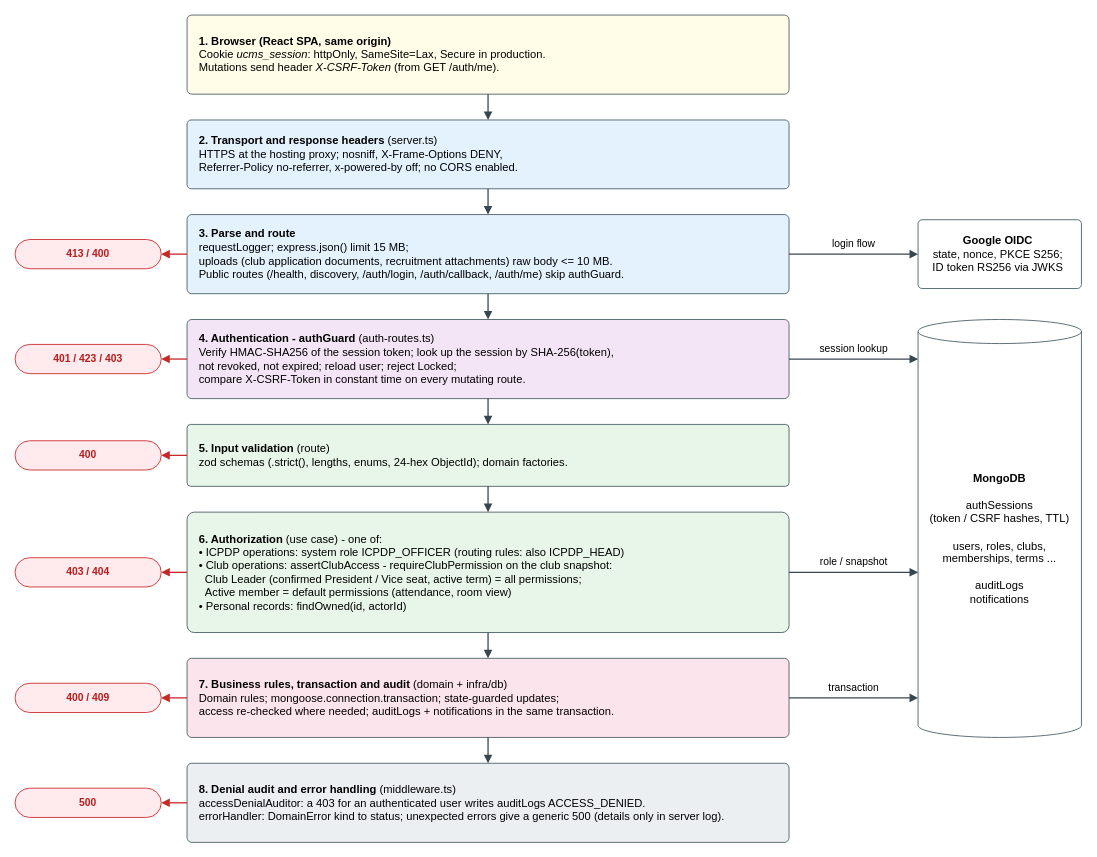
Above: docs/03-diagrams/UCMS_Security_Architecture.drawio in nvdekay/ClubManagementSystem (draw.io), before the change. Source tidied: cells renumbered, new cells numbered last; positions are measured from the earlier drawing's top-left corner, leaving out a move shared by most shapes. Both pictures are drawn from the tidied source at 86%, with x=0, y=0 at pixel (15, 15).
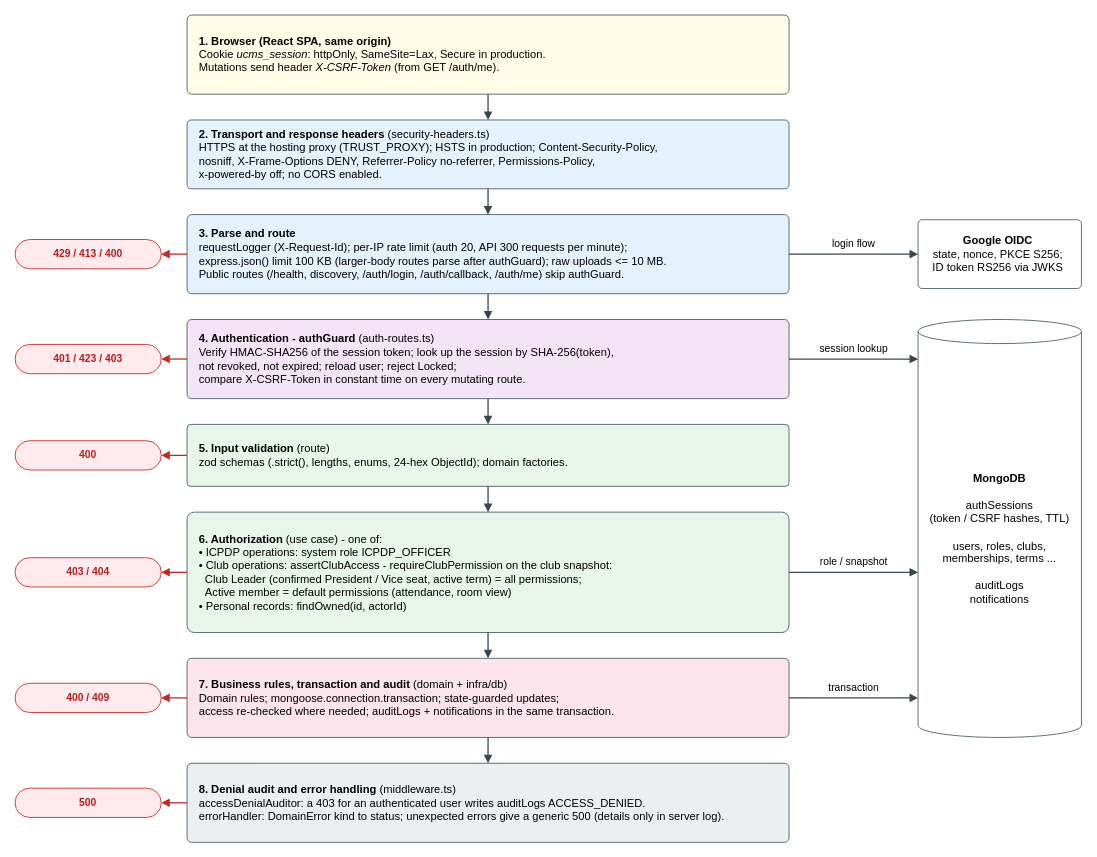
The same page after the edit.

Commit message (it also covers changes not shown here):
docs(diagrams): show rate limiting, CSP/HSTS, request ids and the 100 KB body limit in the security pipeline

Layer 2 now lists the headers from security-headers.ts (CSP, HSTS behind TRUST_PROXY, Permissions-Policy); layer 3 adds the per-IP rate limiter (429), X-Request-Id and the 100 KB JSON limit. Layer 6 drops ICPDP_HEAD, merged into ICPDP_OFFICER on 25/11/2026.

Change to the diagram source:
```diff
@@
-    <mxCell id="3" value="&lt;b&gt;2. Transport and response headers&lt;/b&gt; (server.ts)&lt;br&gt;HTTPS at the hosting proxy; nosniff, X-Frame-Options DENY,&lt;br&gt;Referrer-Policy no-referrer, x-powered-by off; no CORS enabled." style="rounded=1;arcSize=6;whiteSpace=wrap;html=1;fillColor=#E3F2FD;strokeColor=#455A64;fontSize=13;align=left;verticalAlign=middle;spacingLeft=12;spacingRight=8;" parent="1" vertex="1">
+    <mxCell id="3" value="&lt;b&gt;2. Transport and response headers&lt;/b&gt; (security-headers.ts)&lt;br&gt;HTTPS at the hosting proxy (TRUST_PROXY); HSTS in production; Content-Security-Policy,&lt;br&gt;nosniff, X-Frame-Options DENY, Referrer-Policy no-referrer, Permissions-Policy,&lt;br&gt;x-powered-by off; no CORS enabled." style="rounded=1;arcSize=6;whiteSpace=wrap;html=1;fillColor=#E3F2FD;strokeColor=#455A64;fontSize=13;align=left;verticalAlign=middle;spacingLeft=12;spacingRight=8;" parent="1" vertex="1">
       <mxGeometry x="200" y="122" width="700" height="80" as="geometry" />
     </mxCell>
@@
-    <mxCell id="5" value="&lt;b&gt;3. Parse and route&lt;/b&gt;&lt;br&gt;requestLogger; express.json() limit 15 MB;&lt;br&gt;uploads (club application documents, recruitment attachments) raw body &amp;lt;= 10 MB.&lt;br&gt;Public routes (/health, discovery, /auth/login, /auth/callback, /auth/me) skip authGuard." style="rounded=1;arcSize=6;whiteSpace=wrap;html=1;fillColor=#E3F2FD;strokeColor=#455A64;fontSize=13;align=left;verticalAlign=middle;spacingLeft=12;spacingRight=8;" parent="1" vertex="1">
+    <mxCell id="5" value="&lt;b&gt;3. Parse and route&lt;/b&gt;&lt;br&gt;requestLogger (X-Request-Id); per-IP rate limit (auth 20, API 300 requests per minute);&lt;br&gt;express.json() limit 100 KB (larger-body routes parse after authGuard); raw uploads &amp;lt;= 10 MB.&lt;br&gt;Public routes (/health, discovery, /auth/login, /auth/callback, /auth/me) skip authGuard." style="rounded=1;arcSize=6;whiteSpace=wrap;html=1;fillColor=#E3F2FD;strokeColor=#455A64;fontSize=13;align=left;verticalAlign=middle;spacingLeft=12;spacingRight=8;" parent="1" vertex="1">
       <mxGeometry x="200" y="232" width="700" height="92" as="geometry" />
     </mxCell>
-    <mxCell id="6" value="413 / 400" style="rounded=1;arcSize=50;whiteSpace=wrap;html=1;fillColor=#FFEBEE;strokeColor=#C62828;fontColor=#B71C1C;fontSize=12;fontStyle=1;" parent="1" vertex="1">
+    <mxCell id="6" value="429 / 413 / 400" style="rounded=1;arcSize=50;whiteSpace=wrap;html=1;fillColor=#FFEBEE;strokeColor=#C62828;fontColor=#B71C1C;fontSize=12;fontStyle=1;" parent="1" vertex="1">
       <mxGeometry y="261" width="170" height="34" as="geometry" />
     </mxCell>
@@
-    <mxCell id="17" value="&lt;b&gt;6. Authorization&lt;/b&gt; (use case) - one of:&lt;br&gt;&amp;#8226; ICPDP operations: system role ICPDP_OFFICER (routing rules: also ICPDP_HEAD)&lt;br&gt;&amp;#8226; Club operations: assertClubAccess - requireClubPermission on the club snapshot:&lt;br&gt;&amp;#160;&amp;#160;Club Leader (confirmed President / Vice seat, active term) = all permissions;&lt;br&gt;&amp;#160;&amp;#160;Active member = default permissions (attendance, room view)&lt;br&gt;&amp;#8226; Personal records: findOwned(id, actorId)" style="rounded=1;arcSize=6;whiteSpace=wrap;html=1;fillColor=#E8F5E9;strokeColor=#455A64;fontSize=13;align=left;verticalAlign=middle;spacingLeft=12;spacingRight=8;" parent="1" vertex="1">
+    <mxCell id="17" value="&lt;b&gt;6. Authorization&lt;/b&gt; (use case) - one of:&lt;br&gt;&amp;#8226; ICPDP operations: system role ICPDP_OFFICER&lt;br&gt;&amp;#8226; Club operations: assertClubAccess - requireClubPermission on the club snapshot:&lt;br&gt;&amp;#160;&amp;#160;Club Leader (confirmed President / Vice seat, active term) = all permissions;&lt;br&gt;&amp;#160;&amp;#160;Active member = default permissions (attendance, room view)&lt;br&gt;&amp;#8226; Personal records: findOwned(id, actorId)" style="rounded=1;arcSize=6;whiteSpace=wrap;html=1;fillColor=#E8F5E9;strokeColor=#455A64;fontSize=13;align=left;verticalAlign=middle;spacingLeft=12;spacingRight=8;" parent="1" vertex="1">
       <mxGeometry x="200" y="578" width="700" height="140" as="geometry" />
     </mxCell>
```
